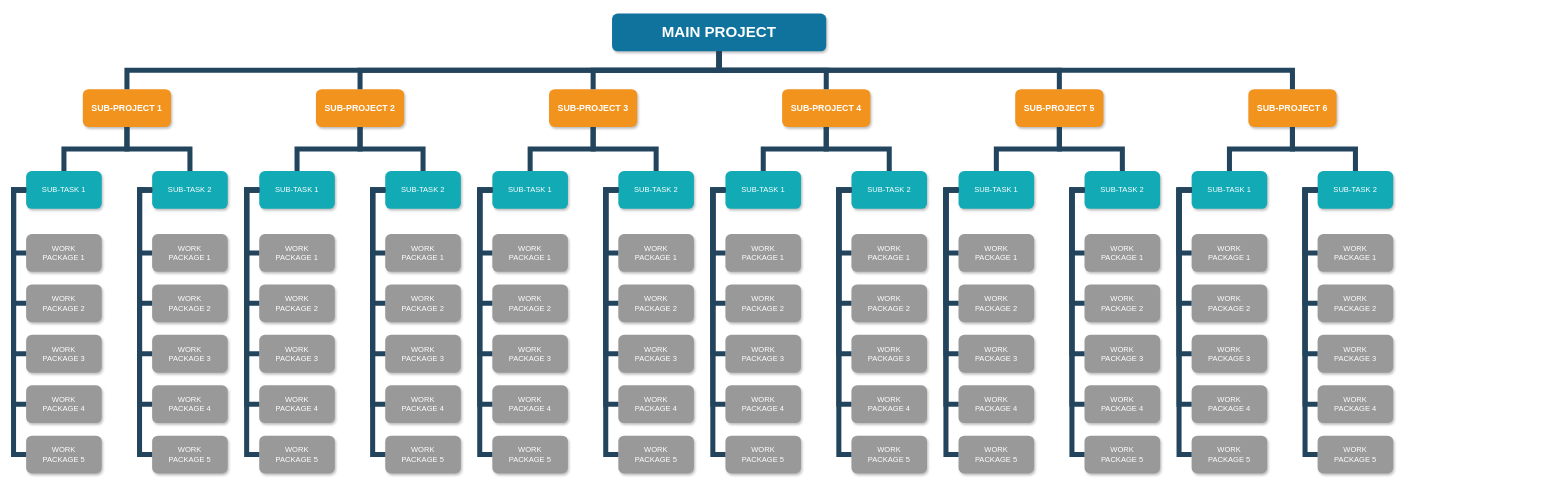
Before: Untitled Diagram.drawio in MianhuaKK/9315_ASS1, a draw.io diagram. Source tidied: cells renumbered, new cells numbered last; positions are measured from the earlier drawing's top-left corner, leaving out a move shared by most shapes. Both pictures are drawn from the tidied source at 63%, with x=0, y=0 at pixel (13, 13).
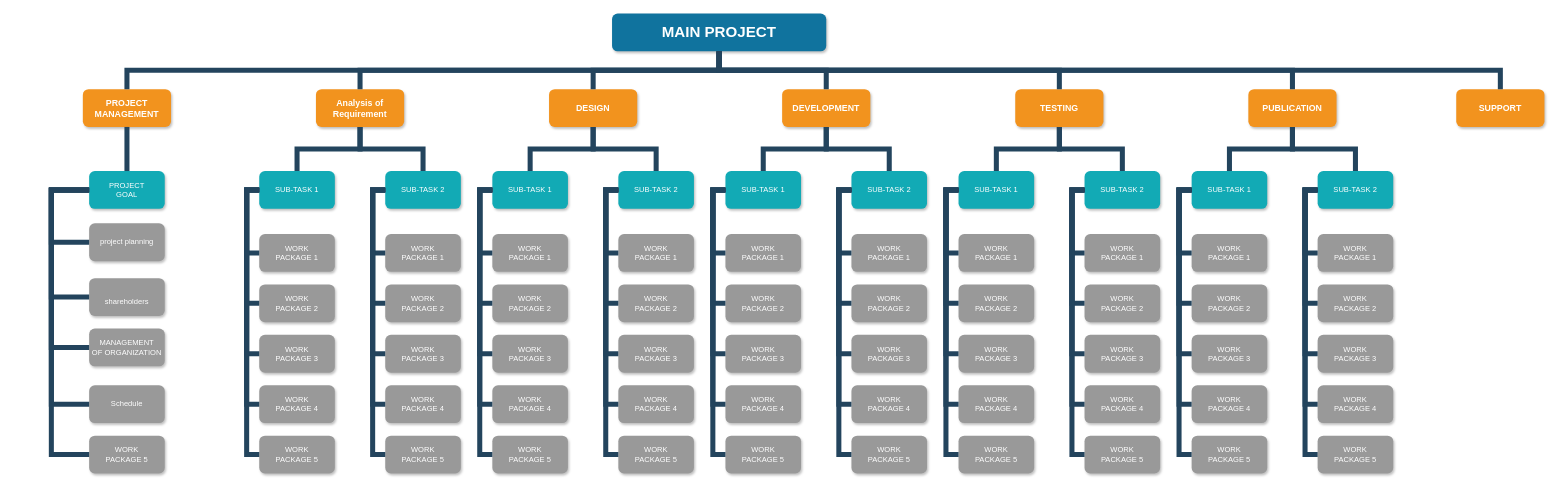
After the change.

Unchanged cells that the change refers to:
```xml
<mxCell id="2" value="MAIN PROJECT" style="whiteSpace=wrap;rounded=1;shadow=1;fillColor=#10739E;strokeColor=none;fontColor=#FFFFFF;fontStyle=1;fontSize=24;" parent="1" vertex="1">
  <mxGeometry x="950" width="340" height="60" as="geometry" />
</mxCell>
```

Change to the diagram source:
```diff
@@
-    <mxCell id="3" value="SUB-PROJECT 1" style="whiteSpace=wrap;rounded=1;fillColor=#F2931E;strokeColor=none;shadow=1;fontColor=#FFFFFF;fontStyle=1;fontSize=14;" parent="1" vertex="1">
+    <mxCell id="3" value="PROJECT MANAGEMENT" style="whiteSpace=wrap;rounded=1;fillColor=#F2931E;strokeColor=none;shadow=1;fontColor=#FFFFFF;fontStyle=1;fontSize=14;" parent="1" vertex="1">
       <mxGeometry x="110" y="120" width="140" height="60" as="geometry" />
     </mxCell>
-    <mxCell id="4" value="SUB-PROJECT 2" style="whiteSpace=wrap;rounded=1;fillColor=#F2931E;strokeColor=none;shadow=1;fontColor=#FFFFFF;fontStyle=1;fontSize=14;" parent="1" vertex="1">
+    <mxCell id="4" value="Analysis of Requirement" style="whiteSpace=wrap;rounded=1;fillColor=#F2931E;strokeColor=none;shadow=1;fontColor=#FFFFFF;fontStyle=1;fontSize=14;" parent="1" vertex="1">
       <mxGeometry x="480" y="120" width="140" height="60" as="geometry" />
     </mxCell>
-    <mxCell id="5" value="SUB-PROJECT 6" style="whiteSpace=wrap;rounded=1;fillColor=#F2931E;strokeColor=none;shadow=1;fontColor=#FFFFFF;fontStyle=1;fontSize=14;" parent="1" vertex="1">
+    <mxCell id="5" value="PUBLICATION" style="whiteSpace=wrap;rounded=1;fillColor=#F2931E;strokeColor=none;shadow=1;fontColor=#FFFFFF;fontStyle=1;fontSize=14;" parent="1" vertex="1">
       <mxGeometry x="1960" y="120" width="140" height="60" as="geometry" />
     </mxCell>
-    <mxCell id="6" value="SUB-PROJECT 3" style="whiteSpace=wrap;rounded=1;fillColor=#F2931E;strokeColor=none;shadow=1;fontColor=#FFFFFF;fontStyle=1;fontSize=14;" parent="1" vertex="1">
+    <mxCell id="6" value="DESIGN" style="whiteSpace=wrap;rounded=1;fillColor=#F2931E;strokeColor=none;shadow=1;fontColor=#FFFFFF;fontStyle=1;fontSize=14;" parent="1" vertex="1">
       <mxGeometry x="850" y="120" width="140" height="60" as="geometry" />
     </mxCell>
-    <mxCell id="7" value="SUB-PROJECT 4" style="whiteSpace=wrap;rounded=1;fillColor=#F2931E;strokeColor=none;shadow=1;fontColor=#FFFFFF;fontStyle=1;fontSize=14;" parent="1" vertex="1">
+    <mxCell id="7" value="DEVELOPMENT" style="whiteSpace=wrap;rounded=1;fillColor=#F2931E;strokeColor=none;shadow=1;fontColor=#FFFFFF;fontStyle=1;fontSize=14;" parent="1" vertex="1">
       <mxGeometry x="1220" y="120" width="140" height="60" as="geometry" />
     </mxCell>
-    <mxCell id="8" value="SUB-PROJECT 5" style="whiteSpace=wrap;rounded=1;fillColor=#F2931E;strokeColor=none;shadow=1;fontColor=#FFFFFF;fontStyle=1;fontSize=14;" parent="1" vertex="1">
+    <mxCell id="8" value="TESTING" style="whiteSpace=wrap;rounded=1;fillColor=#F2931E;strokeColor=none;shadow=1;fontColor=#FFFFFF;fontStyle=1;fontSize=14;" parent="1" vertex="1">
       <mxGeometry x="1590" y="120" width="140" height="60" as="geometry" />
     </mxCell>
-    <mxCell id="9" value="SUB-TASK 1" style="whiteSpace=wrap;rounded=1;fillColor=#12AAB5;strokeColor=none;shadow=1;fontColor=#FFFFFF;" parent="1" vertex="1">
-      <mxGeometry x="20" y="250" width="120" height="60" as="geometry" />
+    <mxCell id="9" value="PROJECT&#10;GOAL" style="whiteSpace=wrap;rounded=1;fillColor=#12AAB5;strokeColor=none;shadow=1;fontColor=#FFFFFF;" parent="1" vertex="1">
+      <mxGeometry x="120" y="250" width="120" height="60" as="geometry" />
     </mxCell>
-    <mxCell id="10" value="SUB-TASK 2" style="whiteSpace=wrap;rounded=1;fillColor=#12AAB5;strokeColor=none;shadow=1;fontColor=#FFFFFF;" parent="1" vertex="1">
-      <mxGeometry x="220" y="250" width="120" height="60" as="geometry" />
-    </mxCell>
-    <mxCell id="11" value="WORK&#10;PACKAGE 1" style="whiteSpace=wrap;rounded=1;fillColor=#999999;strokeColor=none;shadow=1;fontColor=#FFFFFF;fontStyle=0;" parent="1" vertex="1">
-      <mxGeometry x="20" y="350" width="120" height="60" as="geometry" />
+    <mxCell id="11" value="project planning" style="whiteSpace=wrap;rounded=1;fillColor=#999999;strokeColor=none;shadow=1;fontColor=#FFFFFF;fontStyle=0;" parent="1" vertex="1">
+      <mxGeometry x="120" y="333" width="120" height="60" as="geometry" />
     </mxCell>
-    <mxCell id="12" value="WORK&#10;PACKAGE 2" style="whiteSpace=wrap;rounded=1;fillColor=#999999;strokeColor=none;shadow=1;fontColor=#FFFFFF;fontStyle=0;" parent="1" vertex="1">
-      <mxGeometry x="20" y="430" width="120" height="60" as="geometry" />
+    <mxCell id="12" value="&#10;shareholders" style="whiteSpace=wrap;rounded=1;fillColor=#999999;strokeColor=none;shadow=1;fontColor=#FFFFFF;fontStyle=0;" parent="1" vertex="1">
+      <mxGeometry x="120" y="420" width="120" height="60" as="geometry" />
     </mxCell>
-    <mxCell id="13" value="WORK&#10;PACKAGE 3" style="whiteSpace=wrap;rounded=1;fillColor=#999999;strokeColor=none;shadow=1;fontColor=#FFFFFF;fontStyle=0;" parent="1" vertex="1">
-      <mxGeometry x="20" y="510" width="120" height="60" as="geometry" />
+    <mxCell id="13" value="MANAGEMENT&#10;OF ORGANIZATION" style="whiteSpace=wrap;rounded=1;fillColor=#999999;strokeColor=none;shadow=1;fontColor=#FFFFFF;fontStyle=0;" parent="1" vertex="1">
+      <mxGeometry x="120" y="500" width="120" height="60" as="geometry" />
     </mxCell>
-    <mxCell id="14" value="WORK&#10;PACKAGE 4" style="whiteSpace=wrap;rounded=1;fillColor=#999999;strokeColor=none;shadow=1;fontColor=#FFFFFF;fontStyle=0;" parent="1" vertex="1">
-      <mxGeometry x="20" y="590" width="120" height="60" as="geometry" />
+    <mxCell id="14" value="Schedule" style="whiteSpace=wrap;rounded=1;fillColor=#999999;strokeColor=none;shadow=1;fontColor=#FFFFFF;fontStyle=0;" parent="1" vertex="1">
+      <mxGeometry x="120" y="590" width="120" height="60" as="geometry" />
     </mxCell>
     <mxCell id="15" value="WORK&#10;PACKAGE 5" style="whiteSpace=wrap;rounded=1;fillColor=#999999;strokeColor=none;shadow=1;fontColor=#FFFFFF;fontStyle=0;" parent="1" vertex="1">
-      <mxGeometry x="20" y="670" width="120" height="60" as="geometry" />
+      <mxGeometry x="120" y="670" width="120" height="60" as="geometry" />
     </mxCell>
-    <mxCell id="16" value="WORK&#10;PACKAGE 1" style="whiteSpace=wrap;rounded=1;fillColor=#999999;strokeColor=none;shadow=1;fontColor=#FFFFFF;fontStyle=0;" parent="1" vertex="1">
-      <mxGeometry x="220" y="350" width="120" height="60" as="geometry" />
-    </mxCell>
-    <mxCell id="17" value="WORK&#10;PACKAGE 2" style="whiteSpace=wrap;rounded=1;fillColor=#999999;strokeColor=none;shadow=1;fontColor=#FFFFFF;fontStyle=0;" parent="1" vertex="1">
-      <mxGeometry x="220" y="430" width="120" height="60" as="geometry" />
-    </mxCell>
-    <mxCell id="18" value="WORK&#10;PACKAGE 3" style="whiteSpace=wrap;rounded=1;fillColor=#999999;strokeColor=none;shadow=1;fontColor=#FFFFFF;fontStyle=0;" parent="1" vertex="1">
-      <mxGeometry x="220" y="510" width="120" height="60" as="geometry" />
-    </mxCell>
-    <mxCell id="19" value="WORK&#10;PACKAGE 4" style="whiteSpace=wrap;rounded=1;fillColor=#999999;strokeColor=none;shadow=1;fontColor=#FFFFFF;fontStyle=0;" parent="1" vertex="1">
-      <mxGeometry x="220" y="590" width="120" height="60" as="geometry" />
-    </mxCell>
-    <mxCell id="20" value="WORK&#10;PACKAGE 5" style="whiteSpace=wrap;rounded=1;fillColor=#999999;strokeColor=none;shadow=1;fontColor=#FFFFFF;fontStyle=0;" parent="1" vertex="1">
-      <mxGeometry x="220" y="670" width="120" height="60" as="geometry" />
-    </mxCell>
@@
-    <mxCell id="34" style="edgeStyle=elbowEdgeStyle;elbow=vertical;rounded=0;fontColor=#000000;endArrow=none;endFill=0;strokeWidth=8;strokeColor=#23445D;" parent="1" edge="1" source="3" target="10">
-      <mxGeometry relative="1" as="geometry" />
-    </mxCell>
-    <mxCell id="35" style="edgeStyle=elbowEdgeStyle;elbow=horizontal;rounded=0;fontColor=#000000;endArrow=none;endFill=0;strokeWidth=8;strokeColor=#23445D;" parent="1" edge="1" source="9" target="11">
+    <mxCell id="35" style="edgeStyle=elbowEdgeStyle;elbow=horizontal;rounded=0;fontColor=#000000;endArrow=none;endFill=0;strokeWidth=8;strokeColor=#23445D;entryX=0;entryY=0.5;entryDx=0;entryDy=0;" parent="1" edge="1" source="9" target="11">
       <mxGeometry relative="1" as="geometry">
         <Array as="points">
+          <mxPoint x="60" y="360" />
           <mxPoint y="330" />
         </Array>
       </mxGeometry>
     </mxCell>
-    <mxCell id="36" style="edgeStyle=elbowEdgeStyle;elbow=horizontal;rounded=0;fontColor=#000000;endArrow=none;endFill=0;strokeWidth=8;strokeColor=#23445D;" parent="1" edge="1" source="9" target="12">
+    <mxCell id="36" style="edgeStyle=elbowEdgeStyle;elbow=horizontal;rounded=0;fontColor=#000000;endArrow=none;endFill=0;strokeWidth=8;strokeColor=#23445D;entryX=0;entryY=0.5;entryDx=0;entryDy=0;" parent="1" edge="1" source="9" target="12">
       <mxGeometry relative="1" as="geometry">
         <Array as="points">
+          <mxPoint x="60" y="430" />
           <mxPoint y="350" />
         </Array>
       </mxGeometry>
     </mxCell>
     <mxCell id="37" style="edgeStyle=elbowEdgeStyle;elbow=horizontal;rounded=0;fontColor=#000000;endArrow=none;endFill=0;strokeWidth=8;strokeColor=#23445D;" parent="1" edge="1" source="9" target="15">
       <mxGeometry relative="1" as="geometry">
         <Array as="points">
+          <mxPoint x="60" y="460" />
           <mxPoint y="490" />
         </Array>
       </mxGeometry>
     </mxCell>
     <mxCell id="38" style="edgeStyle=elbowEdgeStyle;elbow=horizontal;rounded=0;fontColor=#000000;endArrow=none;endFill=0;strokeWidth=8;strokeColor=#23445D;" parent="1" edge="1" source="9" target="14">
       <mxGeometry relative="1" as="geometry">
         <Array as="points">
-          <mxPoint y="360" />
+          <mxPoint x="60" y="460" />
         </Array>
       </mxGeometry>
     </mxCell>
     <mxCell id="39" style="edgeStyle=elbowEdgeStyle;elbow=horizontal;rounded=0;fontColor=#000000;endArrow=none;endFill=0;strokeWidth=8;strokeColor=#23445D;" parent="1" edge="1" source="9" target="13">
       <mxGeometry relative="1" as="geometry">
         <Array as="points">
+          <mxPoint x="60" y="460" />
+          <mxPoint x="30" y="460" />
           <mxPoint y="380" />
         </Array>
       </mxGeometry>
     </mxCell>
-    <mxCell id="40" style="edgeStyle=elbowEdgeStyle;elbow=horizontal;rounded=0;fontColor=#000000;endArrow=none;endFill=0;strokeWidth=8;strokeColor=#23445D;" parent="1" edge="1" target="16">
-      <mxGeometry relative="1" as="geometry">
-        <mxPoint x="210" y="280" as="sourcePoint" />
-        <Array as="points">
-          <mxPoint x="200" y="330" />
-        </Array>
-      </mxGeometry>
-    </mxCell>
-    <mxCell id="41" style="edgeStyle=elbowEdgeStyle;elbow=horizontal;rounded=0;fontColor=#000000;endArrow=none;endFill=0;strokeWidth=8;strokeColor=#23445D;" parent="1" edge="1" source="10" target="17">
-      <mxGeometry relative="1" as="geometry">
-        <Array as="points">
-          <mxPoint x="200" y="370" />
-        </Array>
-      </mxGeometry>
-    </mxCell>
-    <mxCell id="42" style="edgeStyle=elbowEdgeStyle;elbow=horizontal;rounded=0;fontColor=#000000;endArrow=none;endFill=0;strokeWidth=8;strokeColor=#23445D;" parent="1" edge="1" source="10" target="20">
-      <mxGeometry relative="1" as="geometry">
-        <Array as="points">
-          <mxPoint x="200" y="490" />
-        </Array>
-      </mxGeometry>
-    </mxCell>
-    <mxCell id="43" style="edgeStyle=elbowEdgeStyle;elbow=horizontal;rounded=0;fontColor=#000000;endArrow=none;endFill=0;strokeWidth=8;strokeColor=#23445D;" parent="1" edge="1" source="10" target="19">
-      <mxGeometry relative="1" as="geometry">
-        <Array as="points">
-          <mxPoint x="200" y="450" />
-        </Array>
-      </mxGeometry>
-    </mxCell>
-    <mxCell id="44" style="edgeStyle=elbowEdgeStyle;elbow=horizontal;rounded=0;fontColor=#000000;endArrow=none;endFill=0;strokeWidth=8;strokeColor=#23445D;" parent="1" edge="1" source="10" target="18">
-      <mxGeometry relative="1" as="geometry">
-        <Array as="points">
-          <mxPoint x="200" y="410" />
-        </Array>
-      </mxGeometry>
-    </mxCell>
@@
+    <mxCell id="159" value="SUPPORT" style="whiteSpace=wrap;rounded=1;fillColor=#F2931E;strokeColor=none;shadow=1;fontColor=#FFFFFF;fontStyle=1;fontSize=14;" parent="1" vertex="1">
+      <mxGeometry x="2290" y="120" width="140" height="60" as="geometry" />
+    </mxCell>
+    <mxCell id="160" style="edgeStyle=elbowEdgeStyle;elbow=vertical;rounded=0;fontColor=#000000;endArrow=none;endFill=0;strokeWidth=8;strokeColor=#23445D;entryX=0.5;entryY=0;entryDx=0;entryDy=0;exitX=0.5;exitY=1;exitDx=0;exitDy=0;" parent="1" edge="1" source="2" target="159">
+      <mxGeometry relative="1" as="geometry">
+        <Array as="points">
+          <mxPoint x="1120" y="90" />
+        </Array>
+      </mxGeometry>
+    </mxCell>
```
